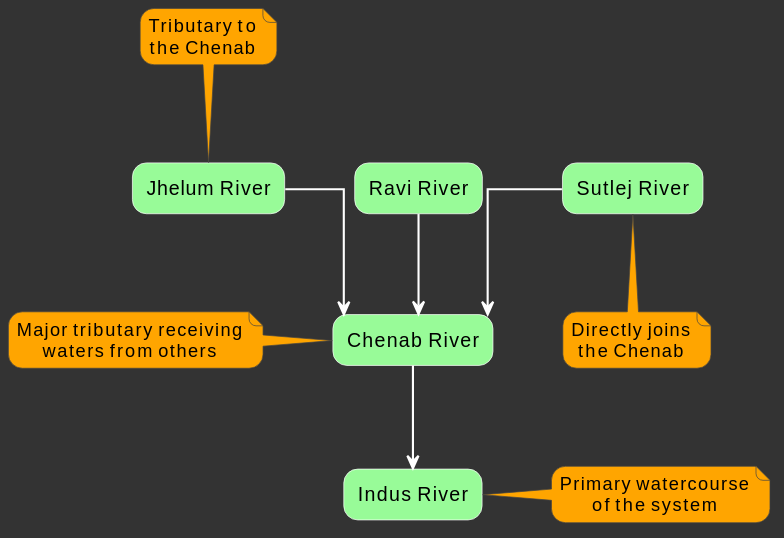
bolibazaar/upsc_sol_assets keeps this PlantUML diagram as tele_3.svg. Above is the earlier version.
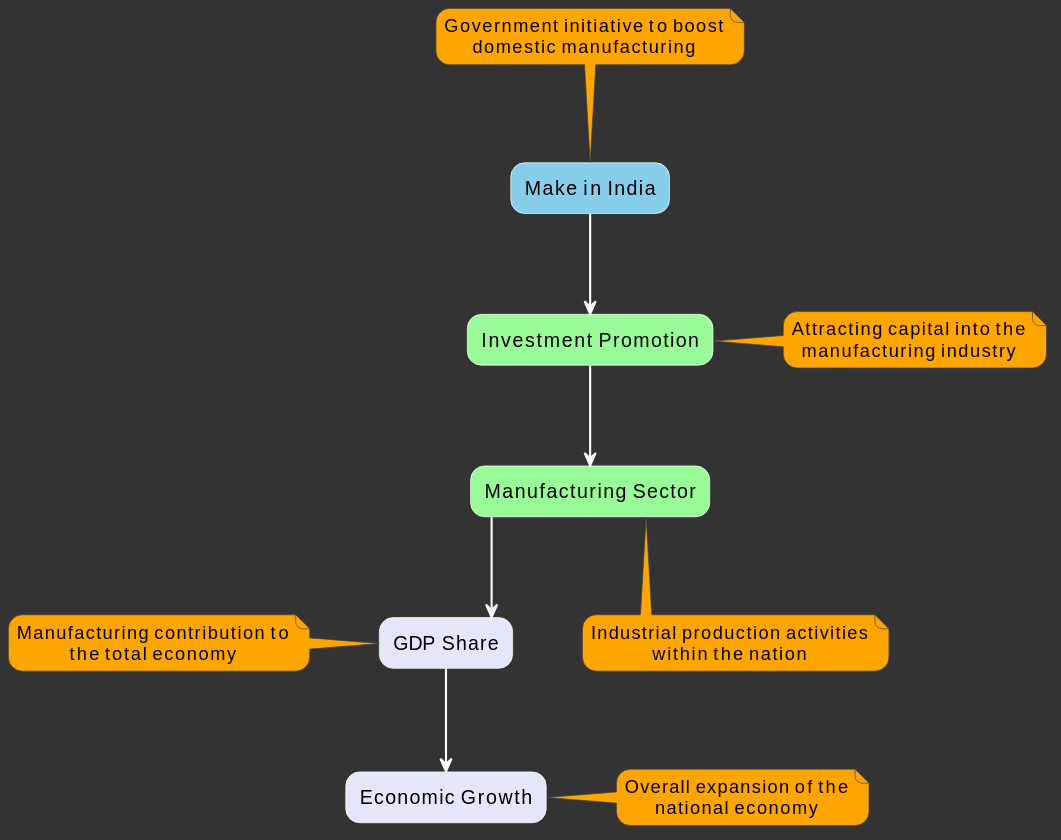
After the change.

What changed in the source:
```diff
@@ -20,34 +20,39 @@
 skinparam rectangleFontColor black
 skinparam rectangleBorderColor white
 
-rectangle "Indus River" #98FB98
-rectangle "Chenab River" #98FB98
-rectangle "Jhelum River" #98FB98
-rectangle "Ravi River" #98FB98
-rectangle "Sutlej River" #98FB98
+rectangle "Make in India" #87CEEB
+rectangle "Investment Promotion" #98FB98
+rectangle "Manufacturing Sector" #98FB98
+rectangle "GDP Share" #E6E6FA
+rectangle "Economic Growth" #E6E6FA
 
-"Jhelum River" --> "Chenab River"
-"Ravi River" --> "Chenab River"
-"Sutlej River" --> "Chenab River"
-"Chenab River" --> "Indus River"
+"Make in India" ==> "Investment Promotion"
+"Investment Promotion" --> "Manufacturing Sector"
+"Manufacturing Sector" --> "GDP Share"
+"GDP Share" --> "Economic Growth"
 
-note right of "Indus River"
-  Primary watercourse
-  of the system
+note top of "Make in India"
+  Government initiative to boost
+  domestic manufacturing
 end note
 
-note left of "Chenab River"
-  Major tributary receiving
-  waters from others
+note right of "Investment Promotion"
+  Attracting capital into the
+  manufacturing industry
 end note
 
-note top of "Jhelum River"
-  Tributary to
-  the Chenab
+note bottom of "Manufacturing Sector"
+  Industrial production activities
+  within the nation
 end note
 
-note bottom of "Sutlej River"
-  Directly joins
-  the Chenab
+note left of "GDP Share"
+  Manufacturing contribution to
+  the total economy
+end note
+
+note right of "Economic Growth"
+  Overall expansion of the
+  national economy
 end note
 @enduml
```
